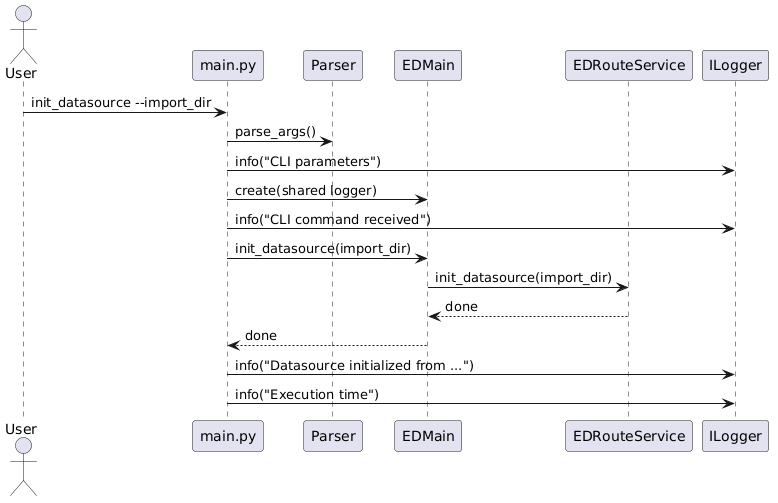
Before: docs/diagrams/cli/cli_init_datasource_flow.png, a diagram exported from PlantUML (fazleskhan/elite_dangerous_discord_tools).
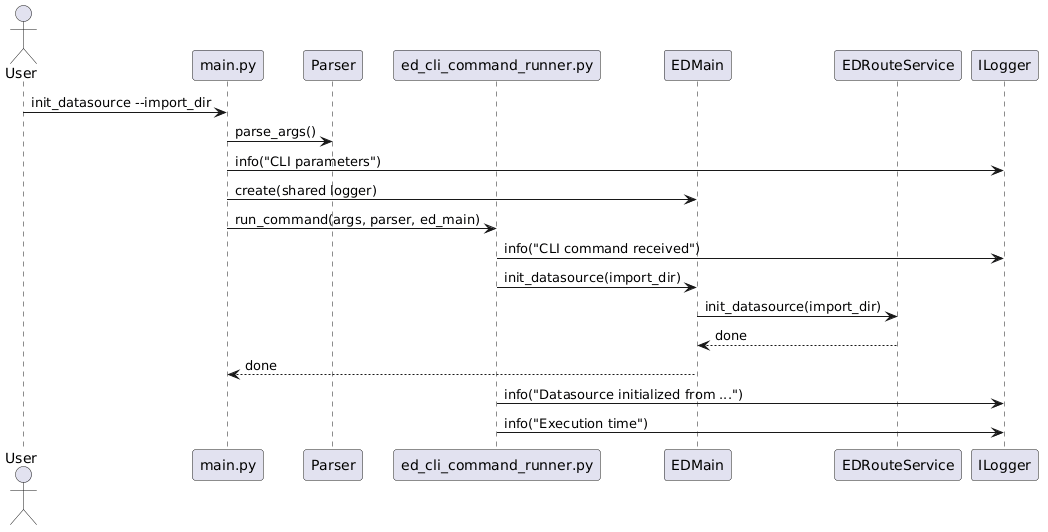
Later version of the same file.

What changed in the source:
```diff
@@ -2,6 +2,7 @@
 actor User
 participant "main.py" as Main
 participant Parser
+participant "ed_cli_command_runner.py" as CommandRunner
 participant EDMain
 participant EDRouteService as RouteService
 participant ILogger as Logger
@@ -10,11 +11,12 @@
 Main -> Parser: parse_args()
 Main -> Logger: info("CLI parameters")
 Main -> EDMain: create(shared logger)
-Main -> Logger: info("CLI command received")
-Main -> EDMain: init_datasource(import_dir)
+Main -> CommandRunner: run_command(args, parser, ed_main)
+CommandRunner -> Logger: info("CLI command received")
+CommandRunner -> EDMain: init_datasource(import_dir)
 EDMain -> RouteService: init_datasource(import_dir)
 RouteService --> EDMain: done
 EDMain --> Main: done
-Main -> Logger: info("Datasource initialized from ...")
-Main -> Logger: info("Execution time")
+CommandRunner -> Logger: info("Datasource initialized from ...")
+CommandRunner -> Logger: info("Execution time")
 @enduml
```
